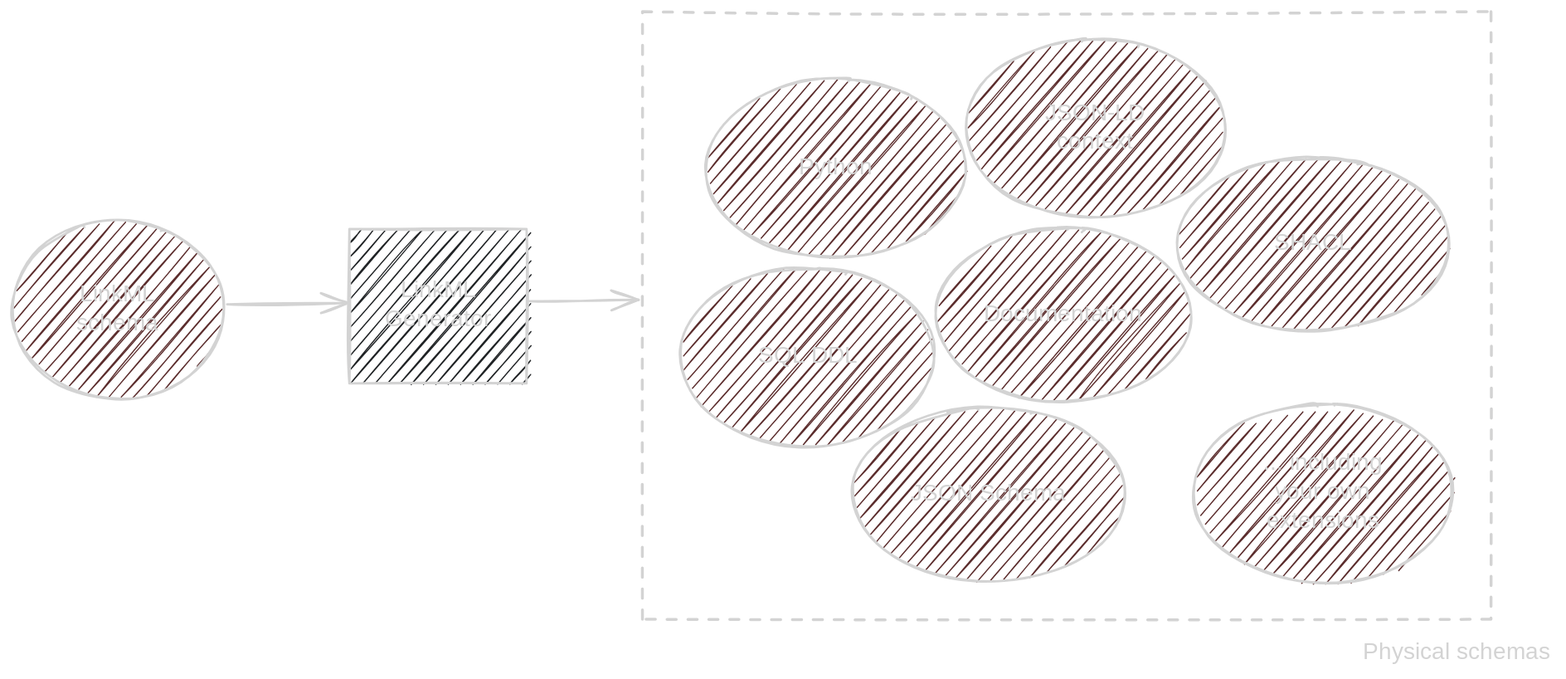
The Excalidraw diagram cimug2024/Attachments/index 2024-05-12 15.47.34.excalidraw.dark.svg in bartkl/presentations, before a commit. Source tidied: one line per element, renumbered; positions are measured from the earlier drawing's top-left corner, leaving out a move shared by most shapes.
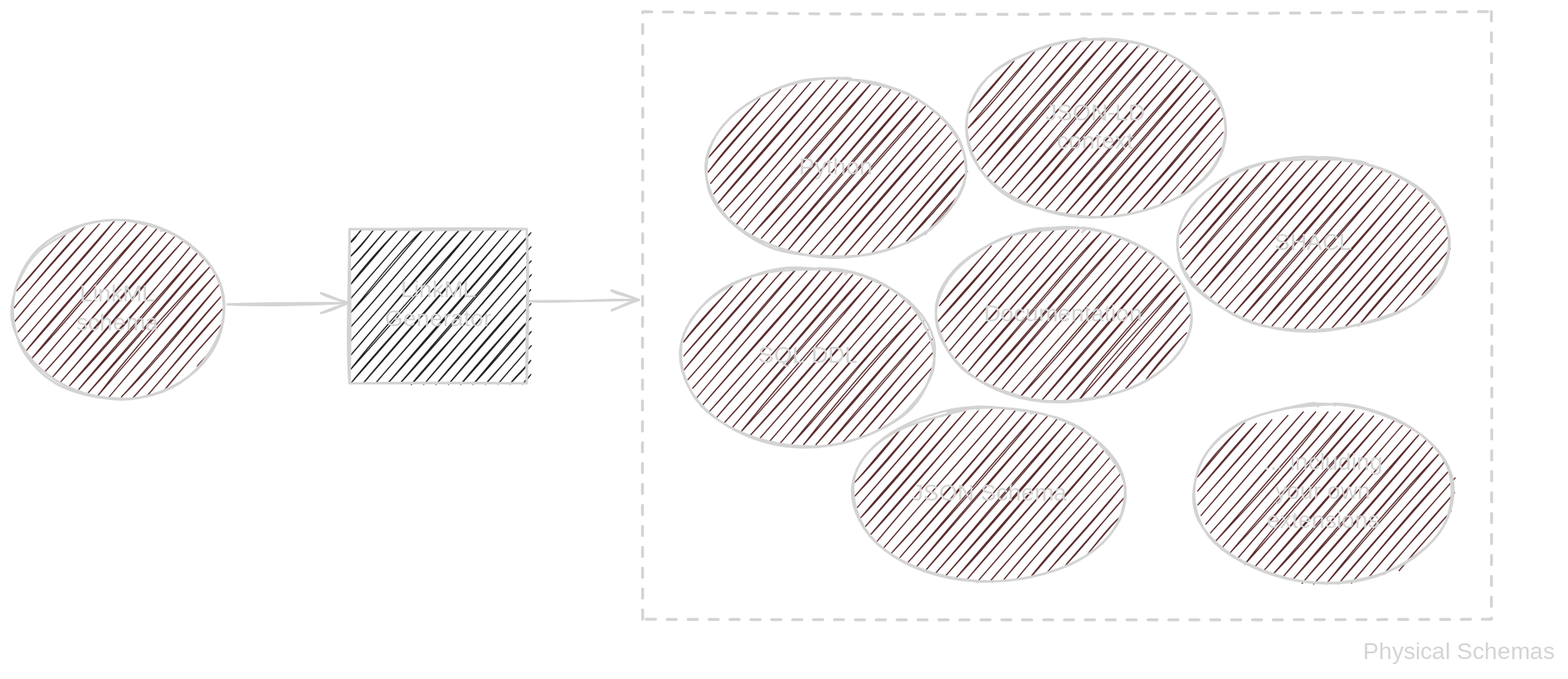
The same file after the commit.

What changed in the source:
```diff
@@ -19,4 +19,4 @@
 {"id": 18, "type": "text", "text": "... including\nyour own\nextensions", "strokeColor": "#1e1e1e", "backgroundColor": "#e9ecef", "fillStyle": "hachure", "strokeWidth": 2, "roughness": 1, "fontSize": 20, "fontFamily": 1, "textAlign": "center", "verticalAlign": "middle", "inside": 17, "x": 1078, "y": 377, "width": 102, "height": 75}
 {"id": 19, "type": "rectangle", "strokeColor": "#1e1e1e", "strokeWidth": 2, "strokeStyle": "dashed", "roughness": 1, "x": 543, "y": 0, "width": 731, "height": 523}
 {"id": 20, "type": "arrow", "strokeColor": "#1e1e1e", "strokeWidth": 2, "roughness": 1, "endArrowhead": "arrow", "from": 2, "to": 19, "x": 446, "y": 249, "width": 94, "height": 1, "points": [[0, 0], [94, -1]]}
-{"id": 21, "type": "text", "text": "Physical schemas", "strokeColor": "#1e1e1e", "strokeWidth": 2, "roughness": 1, "fontSize": 20, "fontFamily": 1, "x": 1164, "y": 540, "width": 165, "height": 25}
+{"id": 21, "type": "text", "text": "Physical Schemas", "strokeColor": "#1e1e1e", "strokeWidth": 2, "roughness": 1, "fontSize": 20, "fontFamily": 1, "x": 1164, "y": 540, "width": 166, "height": 25}
```
